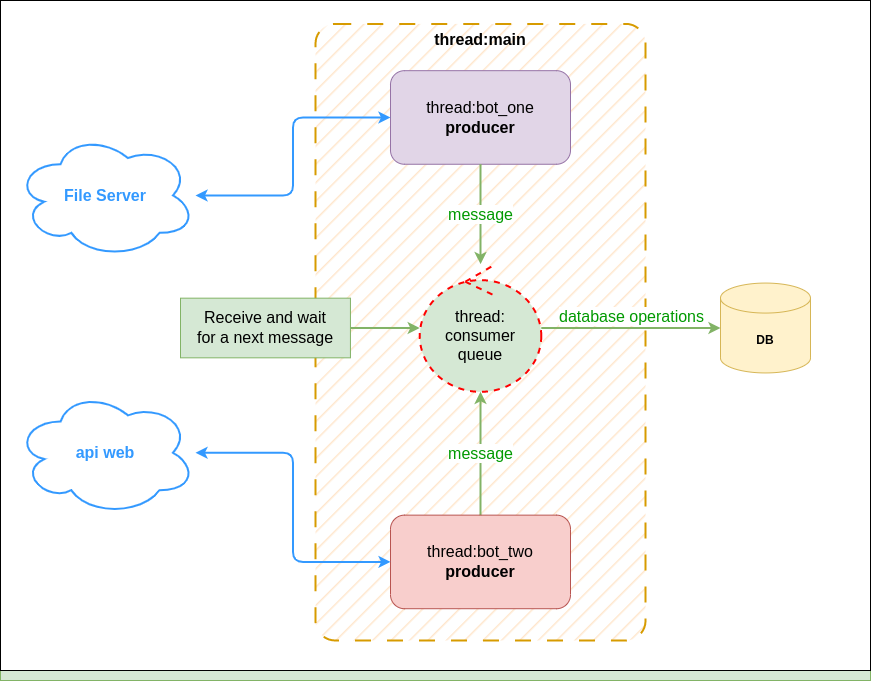
Earlier version of the draw.io export images/teste_thread.drawio.png (rodrigmars/Automationqueue). Source tidied: cells renumbered, new cells last; positions are measured from the earlier drawing's top-left corner, leaving out a move shared by most shapes.
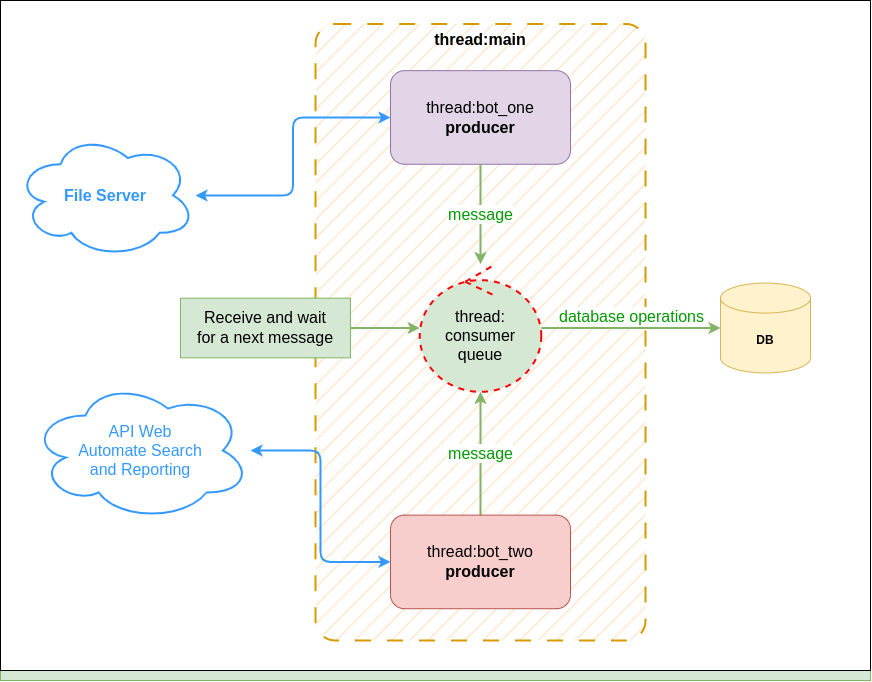
Later version of the same file.

What changed in the source:
```diff
@@ -32,8 +32,8 @@
     <mxCell id="11" value="&lt;font style=&quot;font-size: 16px;&quot;&gt;database operations&lt;/font&gt;" style="edgeStyle=orthogonalEdgeStyle;rounded=1;jettySize=auto;html=1;fillColor=#d5e8d4;strokeColor=#82b366;strokeWidth=2;verticalAlign=bottom;fontColor=#009900;" parent="2" edge="1" source="8" target="10">
       <mxGeometry relative="1" as="geometry" />
     </mxCell>
-    <mxCell id="12" value="&lt;b&gt;&lt;font style=&quot;font-size: 16px;&quot; color=&quot;#3399ff&quot;&gt;api web&lt;/font&gt;&lt;/b&gt;" style="ellipse;shape=cloud;whiteSpace=wrap;html=1;strokeColor=#3399FF;strokeWidth=2;" parent="2" vertex="1">
-      <mxGeometry x="15" y="389.9" width="180" height="124.8" as="geometry" />
+    <mxCell id="12" value="&lt;font style=&quot;font-size: 16px;&quot; color=&quot;#3399ff&quot;&gt;API Web&lt;br&gt;&lt;span style=&quot;font-size: 16px;&quot;&gt;Automate Search &lt;br&gt;and Reporting&lt;/span&gt;&lt;br&gt;&lt;/font&gt;" style="ellipse;shape=cloud;whiteSpace=wrap;html=1;strokeColor=#3399FF;strokeWidth=2;" parent="2" vertex="1">
+      <mxGeometry x="30" y="380" width="220" height="140" as="geometry" />
     </mxCell>
     <mxCell id="13" style="edgeStyle=orthogonalEdgeStyle;rounded=1;jettySize=auto;html=1;fontColor=#3399FF;fillColor=#dae8fc;strokeColor=#3399FF;strokeWidth=2;startArrow=classic;startFill=1;" parent="2" edge="1" source="7" target="12">
       <mxGeometry relative="1" as="geometry" />
```
